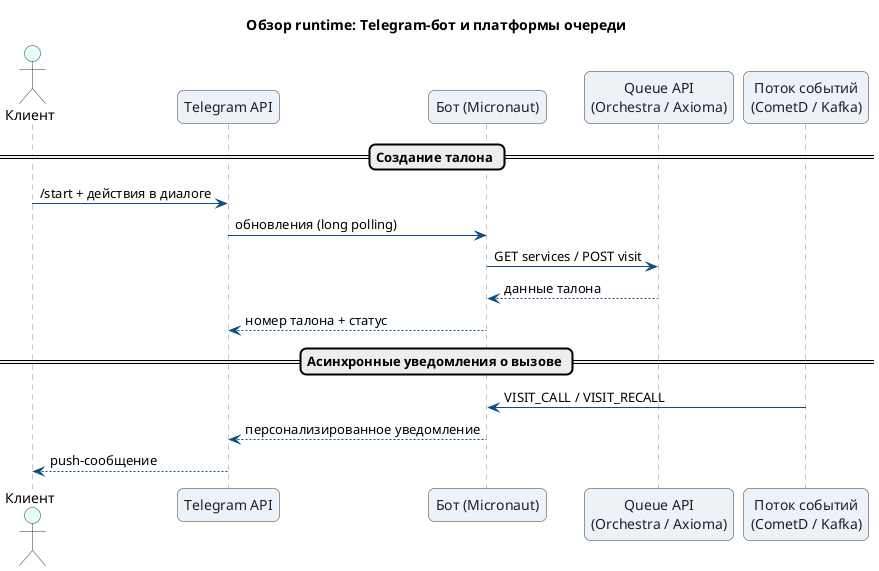
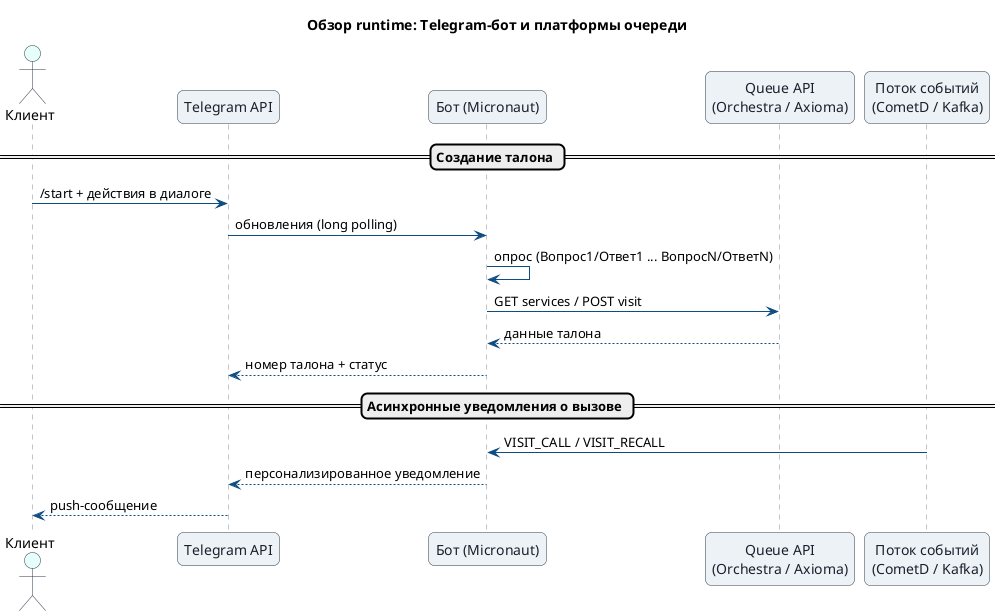
@startuml
title Обзор runtime: Telegram-бот и платформы очереди
skinparam backgroundColor #FFFFFF
skinparam shadowing false
skinparam roundcorner 12
skinparam sequence {
  ArrowColor #0F4C81
  LifeLineBorderColor #7C8798
  LifeLineBackgroundColor #F7FAFC
  ParticipantBorderColor #2D3748
  ParticipantBackgroundColor #EDF2F7
  ParticipantFontColor #1A202C
  ActorBorderColor #2D3748
  ActorBackgroundColor #E6FFFA
}

actor "Клиент" as User
participant "Telegram API" as Telegram
participant "Бот (Micronaut)" as Bot
participant "Queue API\n(Orchestra / Axioma)" as Queue
participant "Поток событий\n(CometD / Kafka)" as Events

== Создание талона ==
User -> Telegram: /start + действия в диалоге
Telegram -> Bot: обновления (long polling)
+ Bot -> Bot: опрос (Вопрос1/Ответ1 ... ВопросN/ОтветN)
Bot -> Queue: GET services / POST visit
Queue --> Bot: данные талона
Bot --> Telegram: номер талона + статус

== Асинхронные уведомления о вызове ==
Events -> Bot: VISIT_CALL / VISIT_RECALL
Bot --> Telegram: персонализированное уведомление
Telegram --> User: push-сообщение
@enduml
